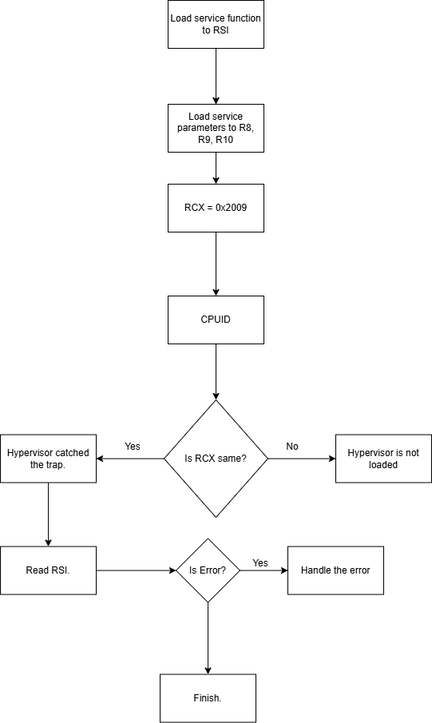
Above: assets/Diagram.png in staarblitz/hxposed (draw.io), before the change. Source tidied: cells renumbered, new cells last; positions are measured from the earlier drawing's top-left corner, leaving out a move shared by most shapes. The source it was exported from:
```xml
<mxGraphModel>
  <root>
    <mxCell id="0" />
    <mxCell id="1" parent="0" />
    <mxCell id="2" style="edgeStyle=orthogonalEdgeStyle;rounded=0;jettySize=auto;html=1;" parent="1" edge="1" source="3" target="5">
      <mxGeometry relative="1" as="geometry" />
    </mxCell>
    <mxCell id="3" value="RCX = 0x2009" style="rounded=0;whiteSpace=wrap;html=1;" parent="1" vertex="1">
      <mxGeometry x="210" y="230" width="120" height="60" as="geometry" />
    </mxCell>
    <mxCell id="4" style="edgeStyle=orthogonalEdgeStyle;rounded=0;jettySize=auto;html=1;" parent="1" edge="1" source="5" target="8">
      <mxGeometry relative="1" as="geometry" />
    </mxCell>
    <mxCell id="5" value="CPUID" style="rounded=0;whiteSpace=wrap;html=1;" parent="1" vertex="1">
      <mxGeometry x="210" y="370" width="120" height="60" as="geometry" />
    </mxCell>
    <mxCell id="6" style="edgeStyle=orthogonalEdgeStyle;rounded=0;jettySize=auto;html=1;" parent="1" edge="1" source="8" target="9">
      <mxGeometry relative="1" as="geometry" />
    </mxCell>
    <mxCell id="7" style="edgeStyle=orthogonalEdgeStyle;rounded=0;jettySize=auto;html=1;" parent="1" edge="1" source="8" target="12">
      <mxGeometry relative="1" as="geometry" />
    </mxCell>
    <mxCell id="8" value="Is RCX same?" style="rhombus;whiteSpace=wrap;html=1;rounded=0;" parent="1" vertex="1">
      <mxGeometry x="205" y="500" width="130" height="147.2" as="geometry" />
    </mxCell>
    <mxCell id="9" value="Hypervisor is not loaded" style="whiteSpace=wrap;html=1;rounded=0;" parent="1" vertex="1">
      <mxGeometry x="420" y="543.6" width="120" height="60" as="geometry" />
    </mxCell>
    <mxCell id="10" value="No" style="text;html=1;whiteSpace=wrap;strokeColor=none;fillColor=none;align=center;verticalAlign=middle;rounded=0;" parent="1" vertex="1">
      <mxGeometry x="336" y="543.6" width="60" height="30" as="geometry" />
    </mxCell>
    <mxCell id="11" style="edgeStyle=orthogonalEdgeStyle;rounded=0;jettySize=auto;html=1;" parent="1" edge="1" source="12" target="20">
      <mxGeometry relative="1" as="geometry" />
    </mxCell>
    <mxCell id="12" value="Hypervisor catched the trap." style="whiteSpace=wrap;html=1;rounded=0;" parent="1" vertex="1">
      <mxGeometry y="543.6" width="120" height="60" as="geometry" />
    </mxCell>
    <mxCell id="13" value="Yes" style="text;html=1;whiteSpace=wrap;strokeColor=none;fillColor=none;align=center;verticalAlign=middle;rounded=0;" parent="1" vertex="1">
      <mxGeometry x="136" y="543.6" width="60" height="30" as="geometry" />
    </mxCell>
    <mxCell id="14" style="edgeStyle=orthogonalEdgeStyle;rounded=0;jettySize=auto;html=1;" parent="1" edge="1" source="16">
      <mxGeometry relative="1" as="geometry">
        <mxPoint x="270" y="130" as="targetPoint" />
      </mxGeometry>
    </mxCell>
    <mxCell id="15" style="edgeStyle=orthogonalEdgeStyle;rounded=0;jettySize=auto;html=1;" parent="1" edge="1" source="16">
      <mxGeometry relative="1" as="geometry">
        <mxPoint x="270" y="130" as="targetPoint" />
      </mxGeometry>
    </mxCell>
    <mxCell id="16" value="Load service function to RSI" style="whiteSpace=wrap;html=1;" parent="1" vertex="1">
      <mxGeometry x="210" width="120" height="60" as="geometry" />
    </mxCell>
    <mxCell id="17" style="edgeStyle=orthogonalEdgeStyle;rounded=0;jettySize=auto;html=1;entryX=0.5;entryY=0;entryDx=0;entryDy=0;" parent="1" edge="1" source="18" target="3">
      <mxGeometry relative="1" as="geometry" />
    </mxCell>
    <mxCell id="18" value="Load service parameters to R8, R9, R10" style="whiteSpace=wrap;html=1;" parent="1" vertex="1">
      <mxGeometry x="210" y="130" width="120" height="60" as="geometry" />
    </mxCell>
    <mxCell id="19" style="edgeStyle=orthogonalEdgeStyle;rounded=0;jettySize=auto;html=1;" parent="1" edge="1" source="20" target="23">
      <mxGeometry relative="1" as="geometry" />
    </mxCell>
    <mxCell id="20" value="Read RSI." style="whiteSpace=wrap;html=1;rounded=0;" parent="1" vertex="1">
      <mxGeometry y="683.6" width="120" height="60" as="geometry" />
    </mxCell>
    <mxCell id="21" style="edgeStyle=orthogonalEdgeStyle;rounded=0;jettySize=auto;html=1;" parent="1" edge="1" source="23" target="24">
      <mxGeometry relative="1" as="geometry" />
    </mxCell>
    <mxCell id="22" style="edgeStyle=orthogonalEdgeStyle;rounded=0;jettySize=auto;html=1;" parent="1" edge="1" source="23" target="26">
      <mxGeometry relative="1" as="geometry" />
    </mxCell>
    <mxCell id="23" value="Is Error?" style="rhombus;whiteSpace=wrap;html=1;rounded=0;" parent="1" vertex="1">
      <mxGeometry x="220" y="673.6" width="80" height="80" as="geometry" />
    </mxCell>
    <mxCell id="24" value="Handle the error" style="whiteSpace=wrap;html=1;rounded=0;" parent="1" vertex="1">
      <mxGeometry x="360" y="683.6" width="120" height="60" as="geometry" />
    </mxCell>
    <mxCell id="25" value="Yes" style="text;html=1;whiteSpace=wrap;strokeColor=none;fillColor=none;align=center;verticalAlign=middle;rounded=0;" parent="1" vertex="1">
      <mxGeometry x="296" y="690" width="60" height="30" as="geometry" />
    </mxCell>
    <mxCell id="26" value="Finish." style="whiteSpace=wrap;html=1;rounded=0;" parent="1" vertex="1">
      <mxGeometry x="200" y="843.6" width="120" height="60" as="geometry" />
    </mxCell>
  </root>
</mxGraphModel>
```
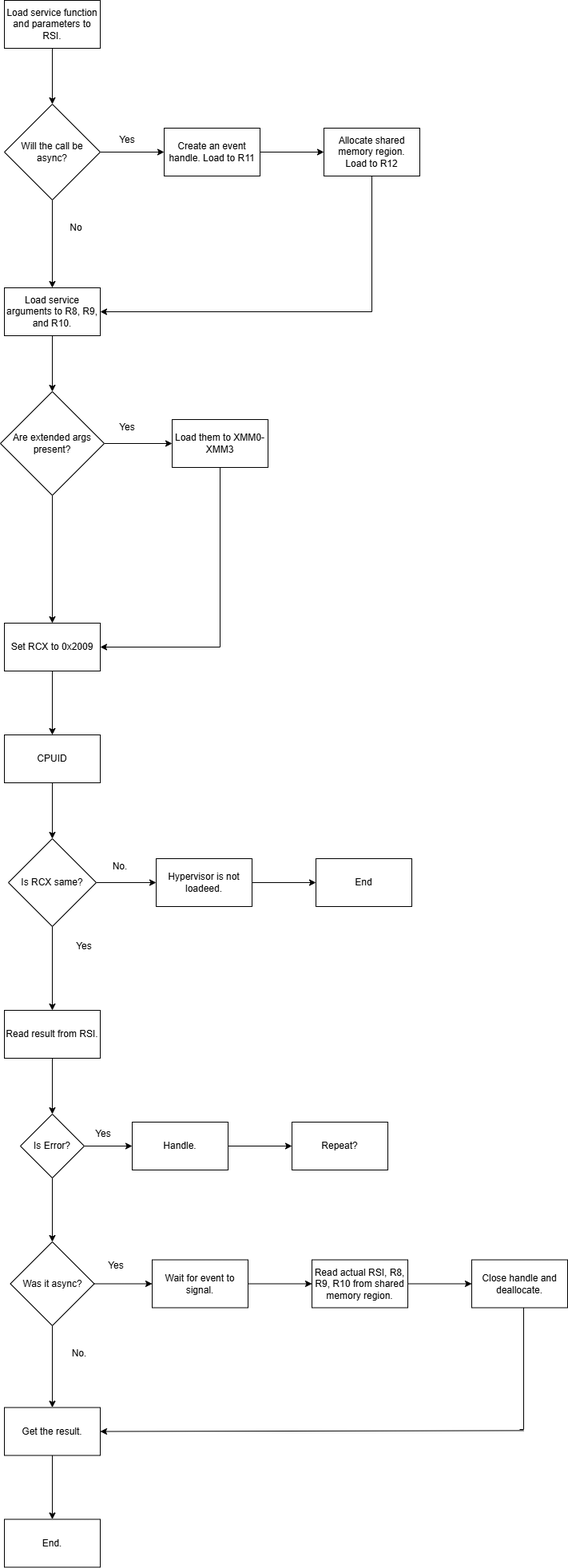
Above is the later version.

Change to the diagram source:
```diff
@@ -2,84 +2,191 @@
   <root>
     <mxCell id="0" />
     <mxCell id="1" parent="0" />
-    <mxCell id="2" style="edgeStyle=orthogonalEdgeStyle;rounded=0;jettySize=auto;html=1;" parent="1" edge="1" source="3" target="5">
-      <mxGeometry relative="1" as="geometry" />
-    </mxCell>
-    <mxCell id="3" value="RCX = 0x2009" style="rounded=0;whiteSpace=wrap;html=1;" parent="1" vertex="1">
-      <mxGeometry x="210" y="230" width="120" height="60" as="geometry" />
-    </mxCell>
+    <mxCell id="27" style="edgeStyle=orthogonalEdgeStyle;rounded=0;jettySize=auto;html=1;" parent="1" edge="1" source="28" target="35">
+      <mxGeometry relative="1" as="geometry" />
+    </mxCell>
+    <mxCell id="28" value="Load service function and parameters to RSI." style="whiteSpace=wrap;html=1;" parent="1" vertex="1">
+      <mxGeometry x="116" width="120" height="60" as="geometry" />
+    </mxCell>
+    <mxCell id="29" style="edgeStyle=orthogonalEdgeStyle;rounded=0;jettySize=auto;html=1;" parent="1" edge="1" source="30" target="5">
+      <mxGeometry relative="1" as="geometry" />
+    </mxCell>
+    <mxCell id="30" value="Set RCX to 0x2009" style="whiteSpace=wrap;html=1;" parent="1" vertex="1">
+      <mxGeometry x="116" y="780" width="120" height="60" as="geometry" />
+    </mxCell>
     <mxCell id="4" style="edgeStyle=orthogonalEdgeStyle;rounded=0;jettySize=auto;html=1;" parent="1" edge="1" source="5" target="8">
       <mxGeometry relative="1" as="geometry" />
     </mxCell>
-    <mxCell id="5" value="CPUID" style="rounded=0;whiteSpace=wrap;html=1;" parent="1" vertex="1">
-      <mxGeometry x="210" y="370" width="120" height="60" as="geometry" />
+    <mxCell id="5" value="CPUID" style="whiteSpace=wrap;html=1;" parent="1" vertex="1">
+      <mxGeometry x="116" y="920" width="120" height="60" as="geometry" />
     </mxCell>
-    <mxCell id="6" style="edgeStyle=orthogonalEdgeStyle;rounded=0;jettySize=auto;html=1;" parent="1" edge="1" source="8" target="9">
-      <mxGeometry relative="1" as="geometry" />
-    </mxCell>
-    <mxCell id="7" style="edgeStyle=orthogonalEdgeStyle;rounded=0;jettySize=auto;html=1;" parent="1" edge="1" source="8" target="12">
-      <mxGeometry relative="1" as="geometry" />
-    </mxCell>
+    <mxCell id="31" style="edgeStyle=orthogonalEdgeStyle;rounded=0;jettySize=auto;html=1;" parent="1" edge="1" source="8" target="45">
+      <mxGeometry relative="1" as="geometry" />
+    </mxCell>
+    <mxCell id="32" style="edgeStyle=orthogonalEdgeStyle;rounded=0;jettySize=auto;html=1;" parent="1" edge="1" source="8" target="57">
+      <mxGeometry relative="1" as="geometry" />
+    </mxCell>
-    <mxCell id="8" value="Is RCX same?" style="rhombus;whiteSpace=wrap;html=1;rounded=0;" parent="1" vertex="1">
-      <mxGeometry x="205" y="500" width="130" height="147.2" as="geometry" />
+    <mxCell id="8" value="Is RCX same?" style="rhombus;whiteSpace=wrap;html=1;" parent="1" vertex="1">
+      <mxGeometry x="121" y="1050" width="110" height="110" as="geometry" />
     </mxCell>
-    <mxCell id="9" value="Hypervisor is not loaded" style="whiteSpace=wrap;html=1;rounded=0;" parent="1" vertex="1">
-      <mxGeometry x="420" y="543.6" width="120" height="60" as="geometry" />
-    </mxCell>
+    <mxCell id="33" style="edgeStyle=orthogonalEdgeStyle;rounded=0;jettySize=auto;html=1;" parent="1" edge="1" source="35" target="37">
+      <mxGeometry relative="1" as="geometry" />
+    </mxCell>
+    <mxCell id="34" style="edgeStyle=orthogonalEdgeStyle;rounded=0;jettySize=auto;html=1;" parent="1" edge="1" source="35" target="42">
+      <mxGeometry relative="1" as="geometry" />
+    </mxCell>
+    <mxCell id="35" value="Will the call be async?" style="rhombus;whiteSpace=wrap;html=1;" parent="1" vertex="1">
+      <mxGeometry x="116" y="130" width="120" height="120" as="geometry" />
+    </mxCell>
+    <mxCell id="36" style="edgeStyle=orthogonalEdgeStyle;rounded=0;jettySize=auto;html=1;" parent="1" edge="1" source="37" target="39">
+      <mxGeometry relative="1" as="geometry" />
+    </mxCell>
+    <mxCell id="37" value="Create an event handle. Load to R11" style="whiteSpace=wrap;html=1;" parent="1" vertex="1">
+      <mxGeometry x="316" y="160" width="120" height="60" as="geometry" />
+    </mxCell>
+    <mxCell id="38" style="edgeStyle=orthogonalEdgeStyle;rounded=0;jettySize=auto;html=1;endArrow=none;endFill=0;" parent="1" edge="1" source="39">
+      <mxGeometry relative="1" as="geometry">
+        <mxPoint x="576" y="390" as="targetPoint" />
+      </mxGeometry>
+    </mxCell>
+    <mxCell id="39" value="Allocate shared memory region.&lt;br&gt;Load to R12" style="whiteSpace=wrap;html=1;" parent="1" vertex="1">
+      <mxGeometry x="516" y="160" width="120" height="60" as="geometry" />
+    </mxCell>
+    <mxCell id="40" value="Yes" style="text;html=1;whiteSpace=wrap;strokeColor=none;fillColor=none;align=center;verticalAlign=middle;rounded=0;" parent="1" vertex="1">
+      <mxGeometry x="240" y="160" width="60" height="30" as="geometry" />
+    </mxCell>
+    <mxCell id="41" style="edgeStyle=orthogonalEdgeStyle;rounded=0;jettySize=auto;html=1;" parent="1" edge="1" source="42" target="50">
+      <mxGeometry relative="1" as="geometry" />
+    </mxCell>
+    <mxCell id="42" value="Load service arguments to R8, R9, and R10." style="whiteSpace=wrap;html=1;" parent="1" vertex="1">
+      <mxGeometry x="116" y="360" width="120" height="60" as="geometry" />
+    </mxCell>
     <mxCell id="10" value="No" style="text;html=1;whiteSpace=wrap;strokeColor=none;fillColor=none;align=center;verticalAlign=middle;rounded=0;" parent="1" vertex="1">
-      <mxGeometry x="336" y="543.6" width="60" height="30" as="geometry" />
+      <mxGeometry x="176" y="270" width="60" height="30" as="geometry" />
     </mxCell>
-    <mxCell id="11" style="edgeStyle=orthogonalEdgeStyle;rounded=0;jettySize=auto;html=1;" parent="1" edge="1" source="12" target="20">
-      <mxGeometry relative="1" as="geometry" />
-    </mxCell>
-    <mxCell id="12" value="Hypervisor catched the trap." style="whiteSpace=wrap;html=1;rounded=0;" parent="1" vertex="1">
-      <mxGeometry y="543.6" width="120" height="60" as="geometry" />
-    </mxCell>
-    <mxCell id="13" value="Yes" style="text;html=1;whiteSpace=wrap;strokeColor=none;fillColor=none;align=center;verticalAlign=middle;rounded=0;" parent="1" vertex="1">
-      <mxGeometry x="136" y="543.6" width="60" height="30" as="geometry" />
-    </mxCell>
-    <mxCell id="14" style="edgeStyle=orthogonalEdgeStyle;rounded=0;jettySize=auto;html=1;" parent="1" edge="1" source="16">
-      <mxGeometry relative="1" as="geometry">
-        <mxPoint x="270" y="130" as="targetPoint" />
-      </mxGeometry>
-    </mxCell>
-    <mxCell id="15" style="edgeStyle=orthogonalEdgeStyle;rounded=0;jettySize=auto;html=1;" parent="1" edge="1" source="16">
-      <mxGeometry relative="1" as="geometry">
-        <mxPoint x="270" y="130" as="targetPoint" />
-      </mxGeometry>
-    </mxCell>
-    <mxCell id="16" value="Load service function to RSI" style="whiteSpace=wrap;html=1;" parent="1" vertex="1">
-      <mxGeometry x="210" width="120" height="60" as="geometry" />
-    </mxCell>
-    <mxCell id="17" style="edgeStyle=orthogonalEdgeStyle;rounded=0;jettySize=auto;html=1;entryX=0.5;entryY=0;entryDx=0;entryDy=0;" parent="1" edge="1" source="18" target="3">
-      <mxGeometry relative="1" as="geometry" />
-    </mxCell>
-    <mxCell id="18" value="Load service parameters to R8, R9, R10" style="whiteSpace=wrap;html=1;" parent="1" vertex="1">
-      <mxGeometry x="210" y="130" width="120" height="60" as="geometry" />
-    </mxCell>
-    <mxCell id="19" style="edgeStyle=orthogonalEdgeStyle;rounded=0;jettySize=auto;html=1;" parent="1" edge="1" source="20" target="23">
-      <mxGeometry relative="1" as="geometry" />
-    </mxCell>
-    <mxCell id="20" value="Read RSI." style="whiteSpace=wrap;html=1;rounded=0;" parent="1" vertex="1">
-      <mxGeometry y="683.6" width="120" height="60" as="geometry" />
-    </mxCell>
-    <mxCell id="21" style="edgeStyle=orthogonalEdgeStyle;rounded=0;jettySize=auto;html=1;" parent="1" edge="1" source="23" target="24">
-      <mxGeometry relative="1" as="geometry" />
-    </mxCell>
-    <mxCell id="22" style="edgeStyle=orthogonalEdgeStyle;rounded=0;jettySize=auto;html=1;" parent="1" edge="1" source="23" target="26">
-      <mxGeometry relative="1" as="geometry" />
-    </mxCell>
+    <mxCell id="43" style="edgeStyle=none;jettySize=auto;html=1;rounded=0;entryX=1;entryY=0.5;entryDx=0;entryDy=0;" parent="1" edge="1" target="42">
+      <mxGeometry relative="1" as="geometry">
+        <mxPoint x="576" y="390" as="sourcePoint" />
+      </mxGeometry>
+    </mxCell>
+    <mxCell id="44" style="edgeStyle=orthogonalEdgeStyle;rounded=0;jettySize=auto;html=1;" parent="1" edge="1" source="45" target="46">
+      <mxGeometry relative="1" as="geometry" />
+    </mxCell>
+    <mxCell id="45" value="Hypervisor is not loadeed." style="whiteSpace=wrap;html=1;" parent="1" vertex="1">
+      <mxGeometry x="306" y="1075" width="120" height="60" as="geometry" />
+    </mxCell>
+    <mxCell id="46" value="End" style="whiteSpace=wrap;html=1;" parent="1" vertex="1">
+      <mxGeometry x="506" y="1075" width="120" height="60" as="geometry" />
+    </mxCell>
+    <mxCell id="47" value="No." style="text;html=1;whiteSpace=wrap;strokeColor=none;fillColor=none;align=center;verticalAlign=middle;rounded=0;" parent="1" vertex="1">
+      <mxGeometry x="231" y="1070" width="60" height="30" as="geometry" />
+    </mxCell>
+    <mxCell id="48" style="edgeStyle=orthogonalEdgeStyle;rounded=0;jettySize=auto;html=1;" parent="1" edge="1" source="50" target="52">
+      <mxGeometry relative="1" as="geometry" />
+    </mxCell>
+    <mxCell id="49" style="edgeStyle=orthogonalEdgeStyle;rounded=0;jettySize=auto;html=1;entryX=0.5;entryY=0;entryDx=0;entryDy=0;" parent="1" edge="1" source="50" target="30">
+      <mxGeometry relative="1" as="geometry" />
+    </mxCell>
+    <mxCell id="50" value="Are extended args present?" style="rhombus;whiteSpace=wrap;html=1;" parent="1" vertex="1">
+      <mxGeometry x="111" y="490" width="130" height="130" as="geometry" />
+    </mxCell>
+    <mxCell id="51" style="edgeStyle=orthogonalEdgeStyle;rounded=0;jettySize=auto;html=1;endArrow=none;endFill=0;" parent="1" edge="1" source="52">
+      <mxGeometry relative="1" as="geometry">
+        <mxPoint x="386" y="810" as="targetPoint" />
+      </mxGeometry>
+    </mxCell>
+    <mxCell id="52" value="Load them to XMM0-XMM3" style="whiteSpace=wrap;html=1;" parent="1" vertex="1">
+      <mxGeometry x="326" y="525" width="120" height="60" as="geometry" />
+    </mxCell>
+    <mxCell id="53" value="Yes" style="text;html=1;whiteSpace=wrap;strokeColor=none;fillColor=none;align=center;verticalAlign=middle;rounded=0;" parent="1" vertex="1">
+      <mxGeometry x="240" y="520" width="60" height="30" as="geometry" />
+    </mxCell>
+    <mxCell id="54" style="edgeStyle=none;jettySize=auto;html=1;rounded=0;entryX=1;entryY=0.5;entryDx=0;entryDy=0;" parent="1" edge="1" target="30">
+      <mxGeometry relative="1" as="geometry">
+        <mxPoint x="386" y="810" as="sourcePoint" />
+      </mxGeometry>
+    </mxCell>
+    <mxCell id="55" value="Yes" style="text;html=1;whiteSpace=wrap;strokeColor=none;fillColor=none;align=center;verticalAlign=middle;rounded=0;" parent="1" vertex="1">
+      <mxGeometry x="186" y="1170" width="60" height="30" as="geometry" />
+    </mxCell>
+    <mxCell id="56" style="edgeStyle=orthogonalEdgeStyle;rounded=0;jettySize=auto;html=1;" parent="1" edge="1" source="57" target="23">
+      <mxGeometry relative="1" as="geometry" />
+    </mxCell>
+    <mxCell id="57" value="Read result from RSI." style="whiteSpace=wrap;html=1;" parent="1" vertex="1">
+      <mxGeometry x="116" y="1265" width="120" height="60" as="geometry" />
+    </mxCell>
+    <mxCell id="58" style="edgeStyle=orthogonalEdgeStyle;rounded=0;jettySize=auto;html=1;" parent="1" edge="1" source="23" target="61">
+      <mxGeometry relative="1" as="geometry" />
+    </mxCell>
+    <mxCell id="59" style="edgeStyle=orthogonalEdgeStyle;rounded=0;jettySize=auto;html=1;" parent="1" edge="1" source="23" target="66">
+      <mxGeometry relative="1" as="geometry" />
+    </mxCell>
-    <mxCell id="23" value="Is Error?" style="rhombus;whiteSpace=wrap;html=1;rounded=0;" parent="1" vertex="1">
-      <mxGeometry x="220" y="673.6" width="80" height="80" as="geometry" />
+    <mxCell id="23" value="Is Error?" style="rhombus;whiteSpace=wrap;html=1;" parent="1" vertex="1">
+      <mxGeometry x="136" y="1395" width="80" height="80" as="geometry" />
     </mxCell>
-    <mxCell id="24" value="Handle the error" style="whiteSpace=wrap;html=1;rounded=0;" parent="1" vertex="1">
-      <mxGeometry x="360" y="683.6" width="120" height="60" as="geometry" />
-    </mxCell>
-    <mxCell id="25" value="Yes" style="text;html=1;whiteSpace=wrap;strokeColor=none;fillColor=none;align=center;verticalAlign=middle;rounded=0;" parent="1" vertex="1">
-      <mxGeometry x="296" y="690" width="60" height="30" as="geometry" />
-    </mxCell>
-    <mxCell id="26" value="Finish." style="whiteSpace=wrap;html=1;rounded=0;" parent="1" vertex="1">
-      <mxGeometry x="200" y="843.6" width="120" height="60" as="geometry" />
-    </mxCell>
+    <mxCell id="60" style="edgeStyle=orthogonalEdgeStyle;rounded=0;jettySize=auto;html=1;" parent="1" edge="1" source="61" target="62">
+      <mxGeometry relative="1" as="geometry" />
+    </mxCell>
+    <mxCell id="61" value="Handle." style="whiteSpace=wrap;html=1;" parent="1" vertex="1">
+      <mxGeometry x="276" y="1405" width="120" height="60" as="geometry" />
+    </mxCell>
+    <mxCell id="62" value="Repeat?" style="whiteSpace=wrap;html=1;" parent="1" vertex="1">
+      <mxGeometry x="476" y="1405" width="120" height="60" as="geometry" />
+    </mxCell>
+    <mxCell id="63" value="Yes" style="text;html=1;whiteSpace=wrap;strokeColor=none;fillColor=none;align=center;verticalAlign=middle;rounded=0;" parent="1" vertex="1">
+      <mxGeometry x="210" y="1405" width="60" height="30" as="geometry" />
+    </mxCell>
+    <mxCell id="64" style="edgeStyle=orthogonalEdgeStyle;rounded=0;jettySize=auto;html=1;" parent="1" edge="1" source="66" target="68">
+      <mxGeometry relative="1" as="geometry" />
+    </mxCell>
+    <mxCell id="65" style="edgeStyle=orthogonalEdgeStyle;rounded=0;jettySize=auto;html=1;" parent="1" edge="1" source="66" target="75">
+      <mxGeometry relative="1" as="geometry" />
+    </mxCell>
+    <mxCell id="66" value="Was it async?" style="rhombus;whiteSpace=wrap;html=1;" parent="1" vertex="1">
+      <mxGeometry x="123.5" y="1555" width="105" height="105" as="geometry" />
+    </mxCell>
+    <mxCell id="67" style="edgeStyle=orthogonalEdgeStyle;rounded=0;jettySize=auto;html=1;" parent="1" edge="1" source="68" target="70">
+      <mxGeometry relative="1" as="geometry" />
+    </mxCell>
+    <mxCell id="68" value="Wait for event to signal." style="whiteSpace=wrap;html=1;" parent="1" vertex="1">
+      <mxGeometry x="301" y="1577.5" width="120" height="60" as="geometry" />
+    </mxCell>
+    <mxCell id="69" style="edgeStyle=orthogonalEdgeStyle;rounded=0;jettySize=auto;html=1;" parent="1" edge="1" source="70" target="73">
+      <mxGeometry relative="1" as="geometry" />
+    </mxCell>
+    <mxCell id="70" value="Read actual RSI, R8, R9, R10 from shared memory region." style="whiteSpace=wrap;html=1;" parent="1" vertex="1">
+      <mxGeometry x="501" y="1577.5" width="120" height="60" as="geometry" />
+    </mxCell>
+    <mxCell id="71" value="Yes" style="text;html=1;whiteSpace=wrap;strokeColor=none;fillColor=none;align=center;verticalAlign=middle;rounded=0;" parent="1" vertex="1">
+      <mxGeometry x="226" y="1570" width="60" height="30" as="geometry" />
+    </mxCell>
+    <mxCell id="72" style="edgeStyle=orthogonalEdgeStyle;rounded=0;jettySize=auto;html=1;endArrow=none;endFill=0;" parent="1" edge="1" source="73">
+      <mxGeometry relative="1" as="geometry">
+        <mxPoint x="761" y="1790" as="targetPoint" />
+        <Array as="points">
+          <mxPoint x="766" y="1790" />
+        </Array>
+      </mxGeometry>
+    </mxCell>
+    <mxCell id="73" value="Close handle and deallocate." style="whiteSpace=wrap;html=1;" parent="1" vertex="1">
+      <mxGeometry x="701" y="1577.5" width="120" height="60" as="geometry" />
+    </mxCell>
+    <mxCell id="74" style="edgeStyle=orthogonalEdgeStyle;rounded=0;jettySize=auto;html=1;" parent="1" edge="1" source="75" target="77">
+      <mxGeometry relative="1" as="geometry" />
+    </mxCell>
+    <mxCell id="75" value="Get the result." style="whiteSpace=wrap;html=1;" parent="1" vertex="1">
+      <mxGeometry x="116" y="1762.5" width="120" height="60" as="geometry" />
+    </mxCell>
+    <mxCell id="76" value="No." style="text;html=1;whiteSpace=wrap;strokeColor=none;fillColor=none;align=center;verticalAlign=middle;rounded=0;" parent="1" vertex="1">
+      <mxGeometry x="180" y="1680" width="60" height="30" as="geometry" />
+    </mxCell>
+    <mxCell id="77" value="End." style="whiteSpace=wrap;html=1;" parent="1" vertex="1">
+      <mxGeometry x="116" y="1902.5" width="120" height="60" as="geometry" />
+    </mxCell>
+    <mxCell id="78" style="edgeStyle=none;jettySize=auto;html=1;rounded=0;entryX=1;entryY=0.5;entryDx=0;entryDy=0;" parent="1" edge="1" target="75">
+      <mxGeometry relative="1" as="geometry">
+        <mxPoint x="766" y="1791.4" as="sourcePoint" />
+      </mxGeometry>
+    </mxCell>
   </root>
 </mxGraphModel>
```
